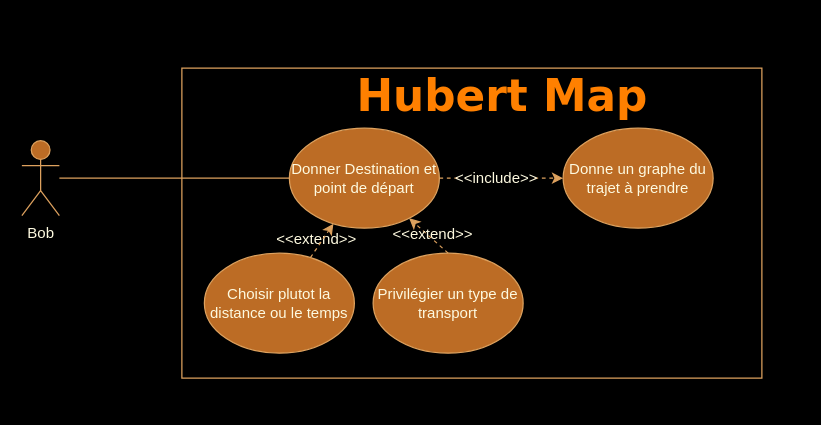
The draw.io diagram Documentation/Use_case_diagram_Hubert_Map.drawio in wehddn/M1-GenieLogicielAvance-Projet, before the edit. Source tidied: cells renumbered, new cells numbered last; positions are measured from the earlier drawing's top-left corner, leaving out a move shared by most shapes. Both pictures are drawn from the tidied source at 125%, with x=0, y=0 at pixel (21, 62).
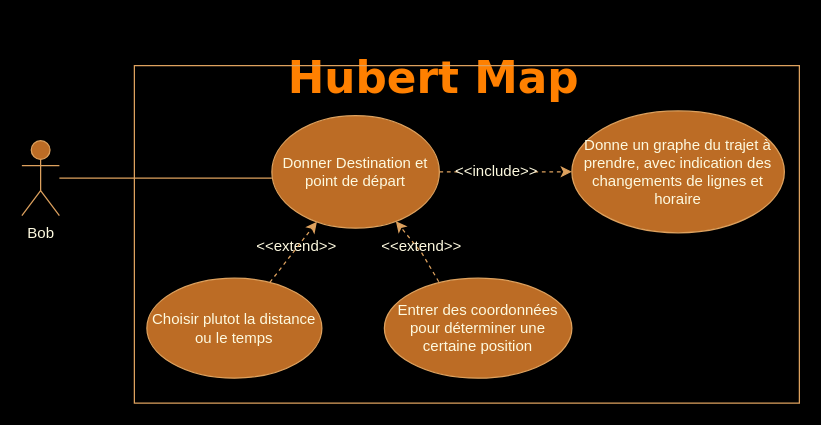
Above is the later version.

Commit message (it also covers changes not shown here):
update all diagram

The edit, as a diff of the source:
```diff
@@
 <mxGraphModel background="#000000">
   <root>
     <mxCell id="0" />
     <mxCell id="1" parent="0" />
-    <mxCell id="2" style="edgeStyle=orthogonalEdgeStyle;rounded=0;jettySize=auto;html=1;labelBackgroundColor=#283618;strokeColor=#DDA15E;fontColor=#FEFAE0;endArrow=none;endFill=0;entryX=0;entryY=0.5;entryDx=0;entryDy=0;" parent="1" edge="1" source="3" target="9">
-      <mxGeometry relative="1" as="geometry" />
+    <mxCell id="2" style="edgeStyle=orthogonalEdgeStyle;rounded=0;jettySize=auto;html=1;labelBackgroundColor=#283618;strokeColor=#DDA15E;fontColor=#FEFAE0;endArrow=none;endFill=0;" parent="1" edge="1" source="3">
+      <mxGeometry relative="1" as="geometry">
+        <mxPoint x="170" y="92" as="targetPoint" />
+        <Array as="points">
+          <mxPoint x="200" y="92" />
+        </Array>
+      </mxGeometry>
     </mxCell>
     <mxCell id="3" value="Bob" style="shape=umlActor;verticalLabelPosition=bottom;verticalAlign=top;html=1;outlineConnect=0;fillColor=#BC6C25;strokeColor=#DDA15E;fontColor=#FEFAE0;" parent="1" vertex="1">
       <mxGeometry y="62" width="30" height="60" as="geometry" />
     </mxCell>
     <mxCell id="4" style="edgeStyle=orthogonalEdgeStyle;rounded=0;jettySize=auto;html=1;exitX=1;exitY=0.5;exitDx=0;exitDy=0;entryX=0;entryY=0.5;entryDx=0;entryDy=0;labelBackgroundColor=#283618;strokeColor=#DDA15E;fontColor=#FEFAE0;endArrow=classic;endFill=1;dashed=1;startArrow=none;" parent="1" edge="1" source="12" target="10">
       <mxGeometry relative="1" as="geometry" />
     </mxCell>
     <mxCell id="5" value="Choisir plutot la distance ou le temps" style="ellipse;whiteSpace=wrap;html=1;fillColor=#BC6C25;strokeColor=#DDA15E;fontColor=#FEFAE0;" parent="1" vertex="1">
-      <mxGeometry x="146" y="152" width="120" height="80" as="geometry" />
+      <mxGeometry x="100" y="172" width="140" height="80" as="geometry" />
     </mxCell>
-    <mxCell id="6" value="Privilégier un type de transport" style="ellipse;whiteSpace=wrap;html=1;fillColor=#BC6C25;strokeColor=#DDA15E;fontColor=#FEFAE0;" parent="1" vertex="1">
-      <mxGeometry x="281" y="152" width="120" height="80" as="geometry" />
+    <mxCell id="6" value="Entrer des coordonnées pour déterminer une certaine position" style="ellipse;whiteSpace=wrap;html=1;fillColor=#BC6C25;strokeColor=#DDA15E;fontColor=#FEFAE0;" parent="1" vertex="1">
+      <mxGeometry x="290" y="172" width="150" height="80" as="geometry" />
     </mxCell>
-    <mxCell id="7" style="endArrow=classic;html=1;rounded=0;exitX=0.5;exitY=0;exitDx=0;exitDy=0;labelBackgroundColor=#283618;strokeColor=#DDA15E;fontColor=#FEFAE0;dashed=1;" parent="1" edge="1" source="6" target="9">
-      <mxGeometry relative="1" as="geometry" />
+    <mxCell id="7" style="endArrow=classic;html=1;rounded=0;exitX=0.29;exitY=0.036;exitDx=0;exitDy=0;labelBackgroundColor=#283618;strokeColor=#DDA15E;fontColor=#FEFAE0;dashed=1;exitPerimeter=0;" parent="1" edge="1" source="6" target="9">
+      <mxGeometry relative="1" as="geometry">
+        <Array as="points">
+          <mxPoint x="320" y="152" />
+        </Array>
+      </mxGeometry>
     </mxCell>
     <mxCell id="8" value="&lt;h1 style=&quot;font-size: 35px;&quot;&gt;&lt;font style=&quot;font-size: 35px;&quot; face=&quot;Verdana&quot; color=&quot;#FF8000&quot;&gt;Hubert Map&lt;/font&gt;&lt;/h1&gt;" style="text;html=1;strokeColor=none;fillColor=none;align=center;verticalAlign=middle;whiteSpace=wrap;rounded=0;sketch=0;fontColor=#FEFAE0;" parent="1" vertex="1">
-      <mxGeometry x="214" width="341" height="52" as="geometry" />
+      <mxGeometry x="158.5" y="-15" width="341" height="52" as="geometry" />
     </mxCell>
     <mxCell id="9" value="Donner Destination et point de départ" style="ellipse;whiteSpace=wrap;html=1;fillColor=#BC6C25;strokeColor=#DDA15E;fontColor=#FEFAE0;" parent="1" vertex="1">
-      <mxGeometry x="214" y="52" width="120" height="80" as="geometry" />
+      <mxGeometry x="200" y="42" width="134" height="90" as="geometry" />
     </mxCell>
-    <mxCell id="10" value="Donne un graphe du trajet à prendre" style="ellipse;whiteSpace=wrap;html=1;fillColor=#BC6C25;strokeColor=#DDA15E;fontColor=#FEFAE0;" parent="1" vertex="1">
-      <mxGeometry x="433" y="52" width="120" height="80" as="geometry" />
+    <mxCell id="10" value="Donne un graphe du trajet à prendre, avec indication des changements de lignes et horaire" style="ellipse;whiteSpace=wrap;html=1;fillColor=#BC6C25;strokeColor=#DDA15E;fontColor=#FEFAE0;" parent="1" vertex="1">
+      <mxGeometry x="440" y="38.2" width="170" height="97.5" as="geometry" />
     </mxCell>
     <mxCell id="11" style="edgeStyle=orthogonalEdgeStyle;rounded=0;jettySize=auto;html=1;exitX=1;exitY=0.5;exitDx=0;exitDy=0;entryX=0;entryY=0.5;entryDx=0;entryDy=0;labelBackgroundColor=#283618;strokeColor=#DDA15E;fontColor=#FEFAE0;endArrow=none;endFill=1;dashed=1;" parent="1" edge="1" source="9" target="12">
       <mxGeometry relative="1" as="geometry" />
     </mxCell>
     <mxCell id="12" value="&amp;lt;&amp;lt;include&amp;gt;&amp;gt;" style="text;html=1;strokeColor=none;fillColor=none;align=center;verticalAlign=middle;whiteSpace=wrap;rounded=0;fontColor=#FEFAE0;" parent="1" vertex="1">
-      <mxGeometry x="350" y="77" width="60" height="30" as="geometry" />
+      <mxGeometry x="350" y="72" width="60" height="30" as="geometry" />
     </mxCell>
     <mxCell id="13" value="&amp;lt;&amp;lt;extend&amp;gt;&amp;gt;" style="text;html=1;strokeColor=none;fillColor=none;align=center;verticalAlign=middle;whiteSpace=wrap;rounded=0;fontColor=#FEFAE0;" parent="1" vertex="1">
-      <mxGeometry x="299" y="122" width="60" height="30" as="geometry" />
+      <mxGeometry x="290" y="132" width="60" height="30" as="geometry" />
     </mxCell>
     <mxCell id="14" value="&amp;lt;&amp;lt;extend&amp;gt;&amp;gt;" style="text;html=1;strokeColor=none;fillColor=none;align=center;verticalAlign=middle;whiteSpace=wrap;rounded=0;fontColor=#FEFAE0;" parent="1" vertex="1">
-      <mxGeometry x="206" y="126" width="60" height="30" as="geometry" />
+      <mxGeometry x="190" y="132" width="60" height="30" as="geometry" />
     </mxCell>
     <mxCell id="15" style="endArrow=classic;html=1;rounded=0;fontColor=#FEFAE0;strokeColor=#DDA15E;endFill=1;dashed=1;" parent="1" edge="1" source="5" target="9">
       <mxGeometry relative="1" as="geometry" />
     </mxCell>
     <mxCell id="16" style="rounded=0;whiteSpace=wrap;html=1;fillColor=none;strokeColor=#DDA15E;" parent="1" vertex="1">
-      <mxGeometry x="128" y="4" width="464" height="248" as="geometry" />
+      <mxGeometry x="90" y="2" width="532" height="270" as="geometry" />
     </mxCell>
   </root>
 </mxGraphModel>
```
